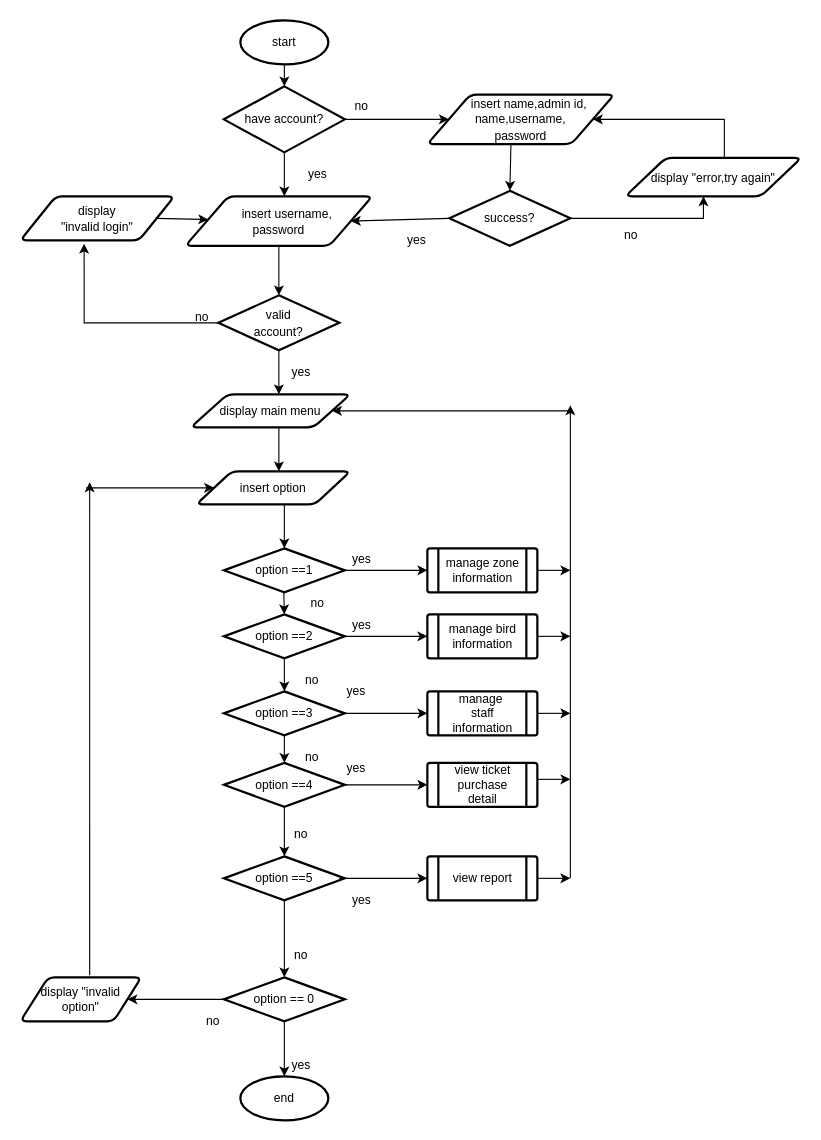
This is page "Page-3" (4 of 8) of Exercise1ClassDiagram.drawio from abby18abby/week-2-class-diagram, a draw.io file, before an edit. Source tidied: cells renumbered, new cells numbered last; positions are measured from the earlier drawing's top-left corner, leaving out a move shared by most shapes. Both pictures are drawn from the tidied source at 110%, with x=0, y=0 at pixel (20, 20).
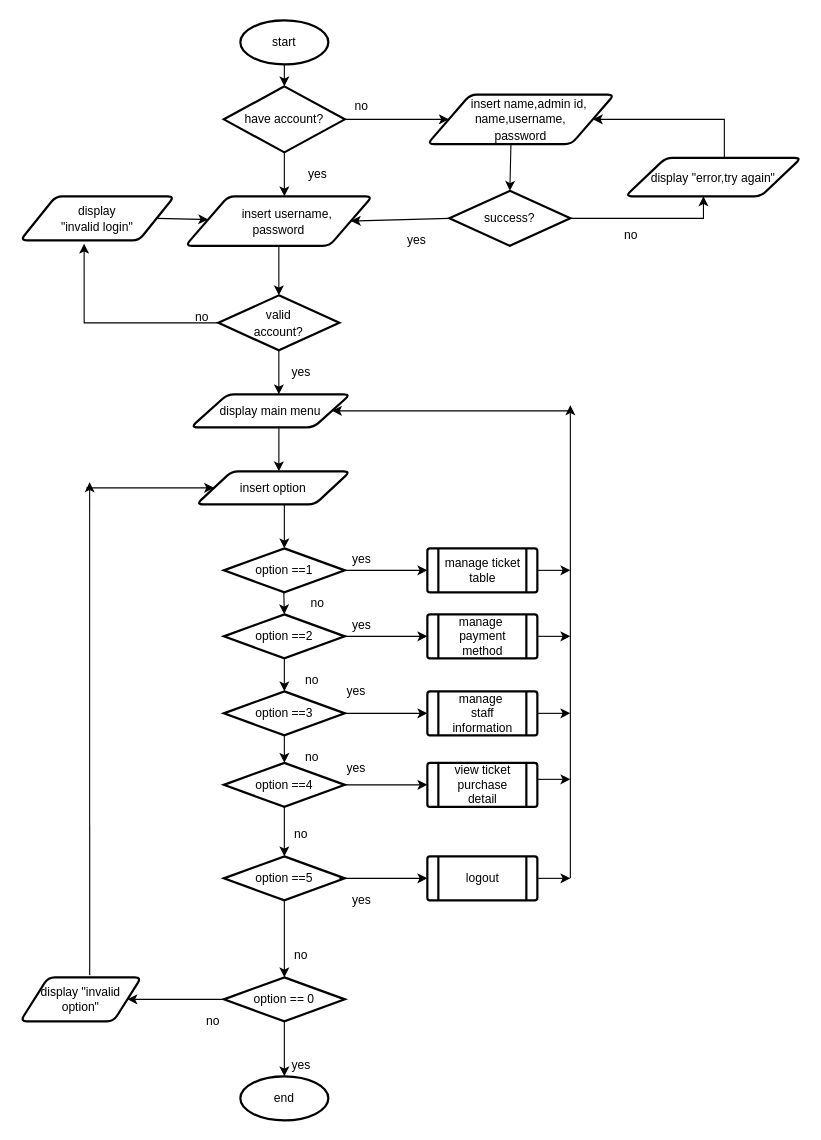
After the change.

Diff of the diagram source:
```diff
@@
-    <mxCell id="19" value="manage zone&lt;br&gt;information" style="text;html=1;align=center;verticalAlign=middle;strokeColor=none;fillColor=none;fontSize=11;" parent="1" vertex="1">
+    <mxCell id="19" value="manage ticket&lt;br&gt;table" style="text;html=1;align=center;verticalAlign=middle;strokeColor=none;fillColor=none;fontSize=11;" parent="1" vertex="1">
       <mxGeometry x="380" y="485" width="80" height="30" as="geometry" />
     </mxCell>
@@
-    <mxCell id="21" value="manage bird&lt;br&gt;information" style="text;html=1;align=center;verticalAlign=middle;strokeColor=none;fillColor=none;fontSize=11;" parent="1" vertex="1">
-      <mxGeometry x="380" y="545" width="80" height="30" as="geometry" />
+    <mxCell id="21" value="manage&amp;nbsp;&lt;br&gt;payment&lt;br&gt;method" style="text;html=1;align=center;verticalAlign=middle;strokeColor=none;fillColor=none;fontSize=11;" parent="1" vertex="1">
+      <mxGeometry x="390" y="540" width="60" height="40" as="geometry" />
     </mxCell>
@@
-    <mxCell id="78" value="view report" style="text;html=1;align=center;verticalAlign=middle;strokeColor=none;fillColor=none;fontSize=11;" parent="1" vertex="1">
-      <mxGeometry x="385" y="770" width="70" height="20" as="geometry" />
+    <mxCell id="78" value="logout" style="text;html=1;align=center;verticalAlign=middle;strokeColor=none;fillColor=none;fontSize=11;" parent="1" vertex="1">
+      <mxGeometry x="395" y="770" width="50" height="20" as="geometry" />
     </mxCell>
```
